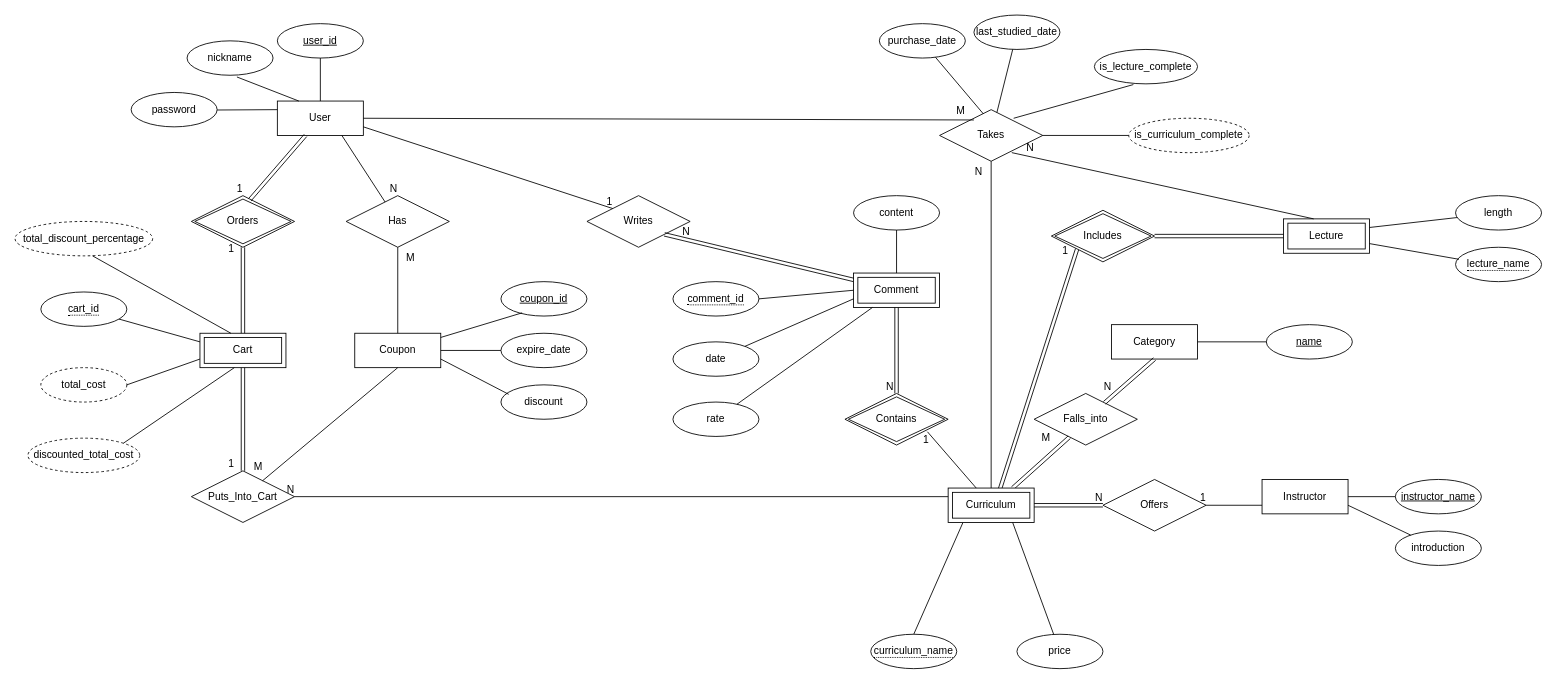
The draw.io diagram ERD.drawio in sarah2234/CBNU_DatabaseSystem, before the edit. Source tidied: cells renumbered, new cells numbered last; positions are measured from the earlier drawing's top-left corner, leaving out a move shared by most shapes. Both pictures are drawn from the tidied source at 86%, with x=0, y=0 at pixel (15, 15).
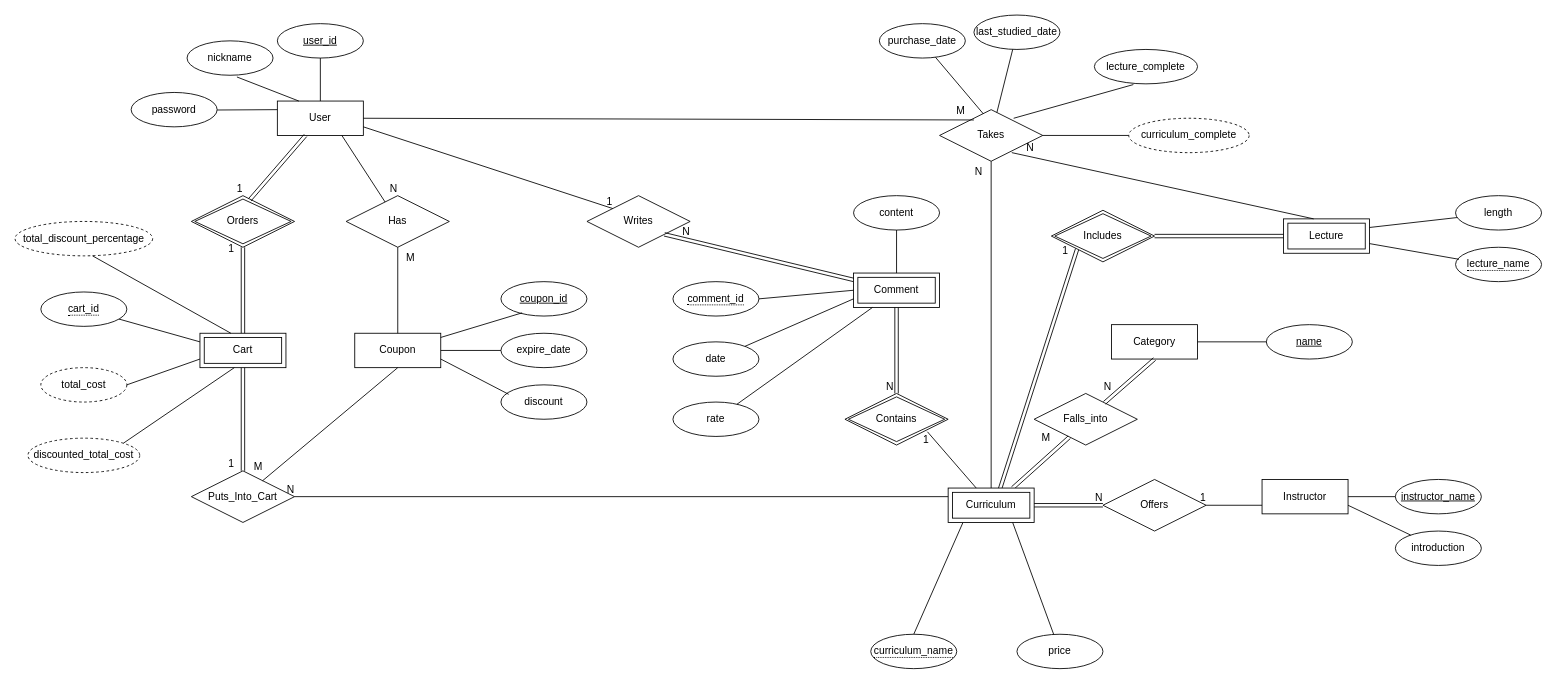
After the change.

Commit message:
fix: change names of attributes in Takes relationship

What changed in the source:
```diff
@@
-    <mxCell id="65" value="is_lecture_complete" style="ellipse;whiteSpace=wrap;html=1;align=center;" parent="1" vertex="1">
+    <mxCell id="65" value="lecture_complete" style="ellipse;whiteSpace=wrap;html=1;align=center;" parent="1" vertex="1">
       <mxGeometry x="1255" y="40" width="120" height="40" as="geometry" />
     </mxCell>
@@
-    <mxCell id="79" value="is_curriculum_complete" style="ellipse;whiteSpace=wrap;html=1;align=center;dashed=1;" parent="1" vertex="1">
+    <mxCell id="79" value="curriculum_complete" style="ellipse;whiteSpace=wrap;html=1;align=center;dashed=1;" parent="1" vertex="1">
       <mxGeometry x="1295" y="120" width="140" height="40" as="geometry" />
     </mxCell>
```
